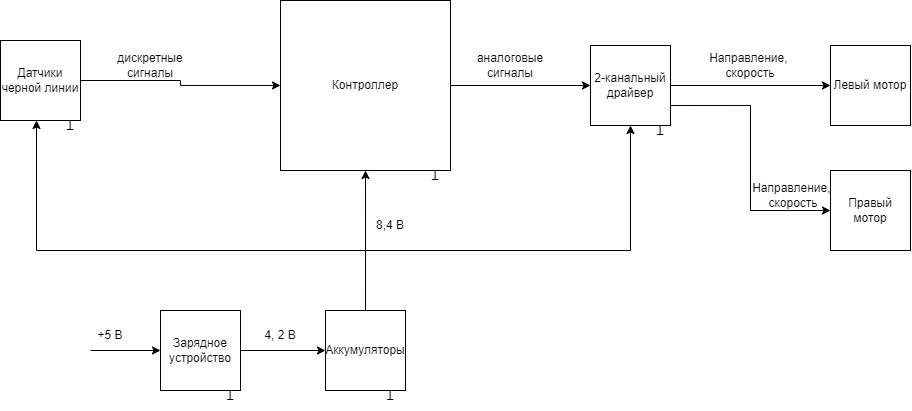
Earlier version of the draw.io export AcariTech struct.drawio.png (ksinph/PSTU_LABS_2023). Source tidied: cells renumbered, new cells last; positions are measured from the earlier drawing's top-left corner, leaving out a move shared by most shapes.
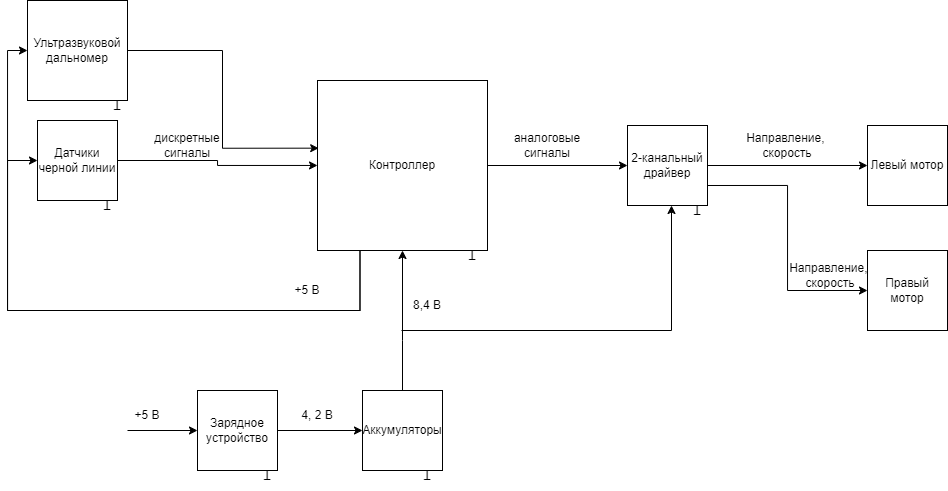
The same file after the commit.

The edit, as a diff of the source:
```diff
@@ -5,6 +5,24 @@
     <mxCell id="2" style="edgeStyle=orthogonalEdgeStyle;rounded=0;jettySize=auto;html=1;exitX=1;exitY=0.5;exitDx=0;exitDy=0;" parent="1" edge="1" source="3" target="13">
       <mxGeometry relative="1" as="geometry" />
     </mxCell>
+    <mxCell id="30" style="edgeStyle=orthogonalEdgeStyle;rounded=0;jettySize=auto;html=1;exitX=0.25;exitY=1;exitDx=0;exitDy=0;entryX=0;entryY=0.5;entryDx=0;entryDy=0;" parent="1" edge="1" source="3" target="32">
+      <mxGeometry relative="1" as="geometry">
+        <Array as="points">
+          <mxPoint x="322" y="230" />
+          <mxPoint x="-30" y="230" />
+          <mxPoint x="-30" y="-30" />
+        </Array>
+      </mxGeometry>
+    </mxCell>
+    <mxCell id="31" style="edgeStyle=orthogonalEdgeStyle;rounded=0;jettySize=auto;html=1;exitX=0.25;exitY=1;exitDx=0;exitDy=0;entryX=0;entryY=0.5;entryDx=0;entryDy=0;" parent="1" edge="1" source="3" target="7">
+      <mxGeometry relative="1" as="geometry">
+        <Array as="points">
+          <mxPoint x="322" y="230" />
+          <mxPoint x="-30" y="230" />
+          <mxPoint x="-30" y="80" />
+        </Array>
+      </mxGeometry>
+    </mxCell>
     <mxCell id="3" value="Контроллер" style="whiteSpace=wrap;html=1;" parent="1" vertex="1">
       <mxGeometry x="280" width="170" height="170" as="geometry" />
     </mxCell>
@@ -87,23 +105,26 @@
     <mxCell id="27" value="T" style="text;html=1;align=center;verticalAlign=middle;whiteSpace=wrap;rounded=0;rotation=-180;" parent="1" vertex="1">
       <mxGeometry x="200" y="380" width="60" height="30" as="geometry" />
     </mxCell>
-    <mxCell id="28" style="endArrow=classic;html=1;rounded=0;" parent="1" edge="1">
-      <mxGeometry relative="1" as="geometry">
-        <mxPoint x="366" y="250" as="sourcePoint" />
-        <mxPoint x="36" y="120" as="targetPoint" />
-        <Array as="points">
-          <mxPoint x="36" y="250" />
-        </Array>
-      </mxGeometry>
-    </mxCell>
     <mxCell id="29" style="endArrow=classic;html=1;rounded=0;" parent="1" edge="1">
       <mxGeometry relative="1" as="geometry">
-        <mxPoint x="360" y="250" as="sourcePoint" />
-        <mxPoint x="630" y="125" as="targetPoint" />
+        <mxPoint x="364" y="250" as="sourcePoint" />
+        <mxPoint x="634" y="125" as="targetPoint" />
         <Array as="points">
-          <mxPoint x="630" y="250" />
+          <mxPoint x="634" y="250" />
         </Array>
       </mxGeometry>
     </mxCell>
+    <mxCell id="32" value="Ультразвуковой дальномер" style="whiteSpace=wrap;html=1;" parent="1" vertex="1">
+      <mxGeometry x="-10" y="-80" width="100" height="100" as="geometry" />
+    </mxCell>
+    <mxCell id="33" value="+5 В" style="text;html=1;align=center;verticalAlign=middle;whiteSpace=wrap;rounded=0;" parent="1" vertex="1">
+      <mxGeometry x="240" y="195" width="60" height="30" as="geometry" />
+    </mxCell>
+    <mxCell id="34" style="edgeStyle=orthogonalEdgeStyle;rounded=0;jettySize=auto;html=1;exitX=1;exitY=0.5;exitDx=0;exitDy=0;entryX=0.007;entryY=0.398;entryDx=0;entryDy=0;entryPerimeter=0;" parent="1" edge="1" source="32" target="3">
+      <mxGeometry relative="1" as="geometry" />
+    </mxCell>
+    <mxCell id="35" value="T" style="text;html=1;align=center;verticalAlign=middle;whiteSpace=wrap;rounded=0;rotation=-180;" parent="1" vertex="1">
+      <mxGeometry x="50" y="10" width="60" height="30" as="geometry" />
+    </mxCell>
   </root>
 </mxGraphModel>
```
